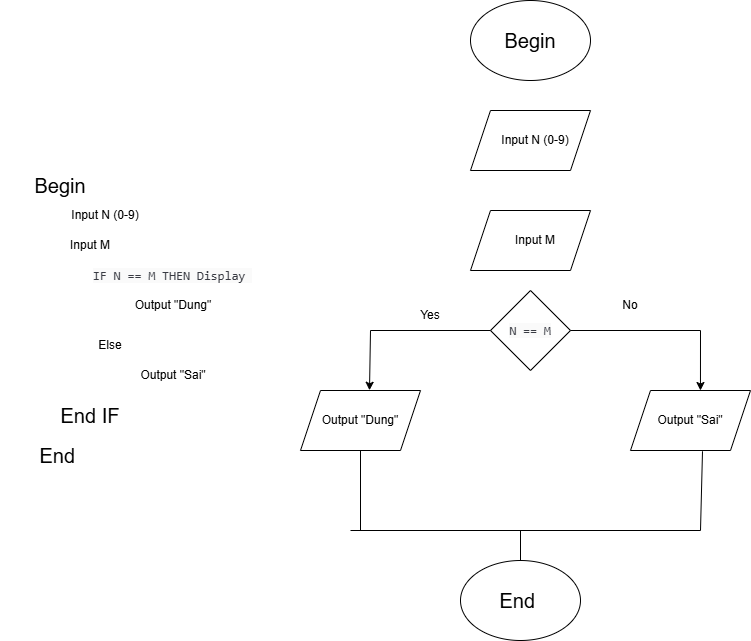
tkien07/Module1 keeps this draw.io diagram as ss3/thuat_toan_game_dem_so.drawio.png. Above is the earlier version. Source tidied: cells renumbered, new cells last; positions are measured from the earlier drawing's top-left corner, leaving out a move shared by most shapes.
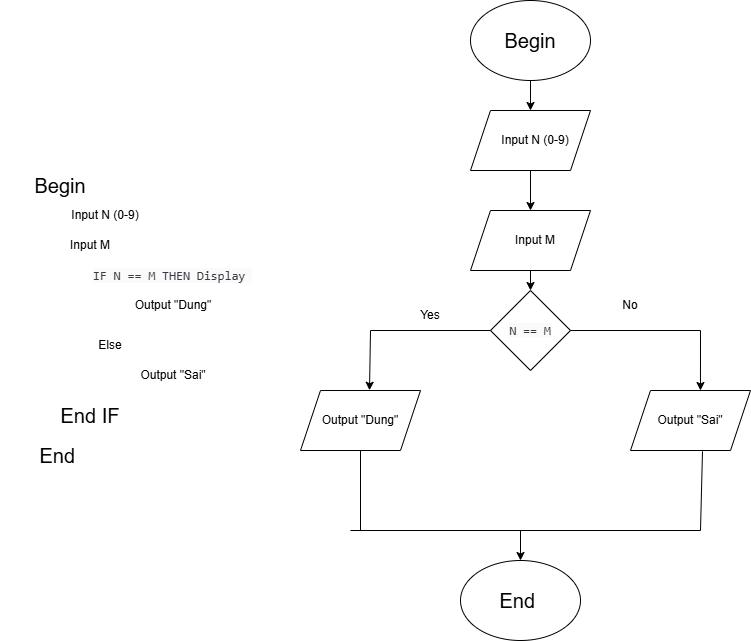
Above is the later version.

Commit message:
Nop bai thuat toan game dem so

Diff of the diagram source:
```diff
@@ -101,11 +101,23 @@
         <mxPoint x="700" y="530" as="sourcePoint" />
       </mxGeometry>
     </mxCell>
-    <mxCell id="29" style="endArrow=none;html=1;rounded=0;" parent="1" edge="1">
-      <mxGeometry relative="1" as="geometry">
-        <mxPoint x="520" y="530" as="sourcePoint" />
-        <mxPoint x="520" y="560" as="targetPoint" />
-      </mxGeometry>
-    </mxCell>
+    <mxCell id="30" style="endArrow=classic;html=1;rounded=0;entryX=0.5;entryY=0;entryDx=0;entryDy=0;" parent="1" edge="1" target="13">
+      <mxGeometry relative="1" as="geometry">
+        <mxPoint x="530" y="80" as="sourcePoint" />
+      </mxGeometry>
+    </mxCell>
+    <mxCell id="31" style="endArrow=classic;html=1;rounded=0;entryX=0.5;entryY=0;entryDx=0;entryDy=0;" parent="1" edge="1" target="15">
+      <mxGeometry relative="1" as="geometry">
+        <mxPoint x="530" y="170" as="sourcePoint" />
+      </mxGeometry>
+    </mxCell>
+    <mxCell id="32" style="endArrow=classic;html=1;rounded=0;entryX=0.5;entryY=0;entryDx=0;entryDy=0;exitX=0.5;exitY=1;exitDx=0;exitDy=0;" parent="1" edge="1" source="15" target="17">
+      <mxGeometry relative="1" as="geometry" />
+    </mxCell>
+    <mxCell id="33" style="endArrow=classic;html=1;rounded=0;entryX=0.5;entryY=0;entryDx=0;entryDy=0;" parent="1" edge="1" target="24">
+      <mxGeometry relative="1" as="geometry">
+        <mxPoint x="520" y="530" as="sourcePoint" />
+      </mxGeometry>
+    </mxCell>
   </root>
 </mxGraphModel>
```
